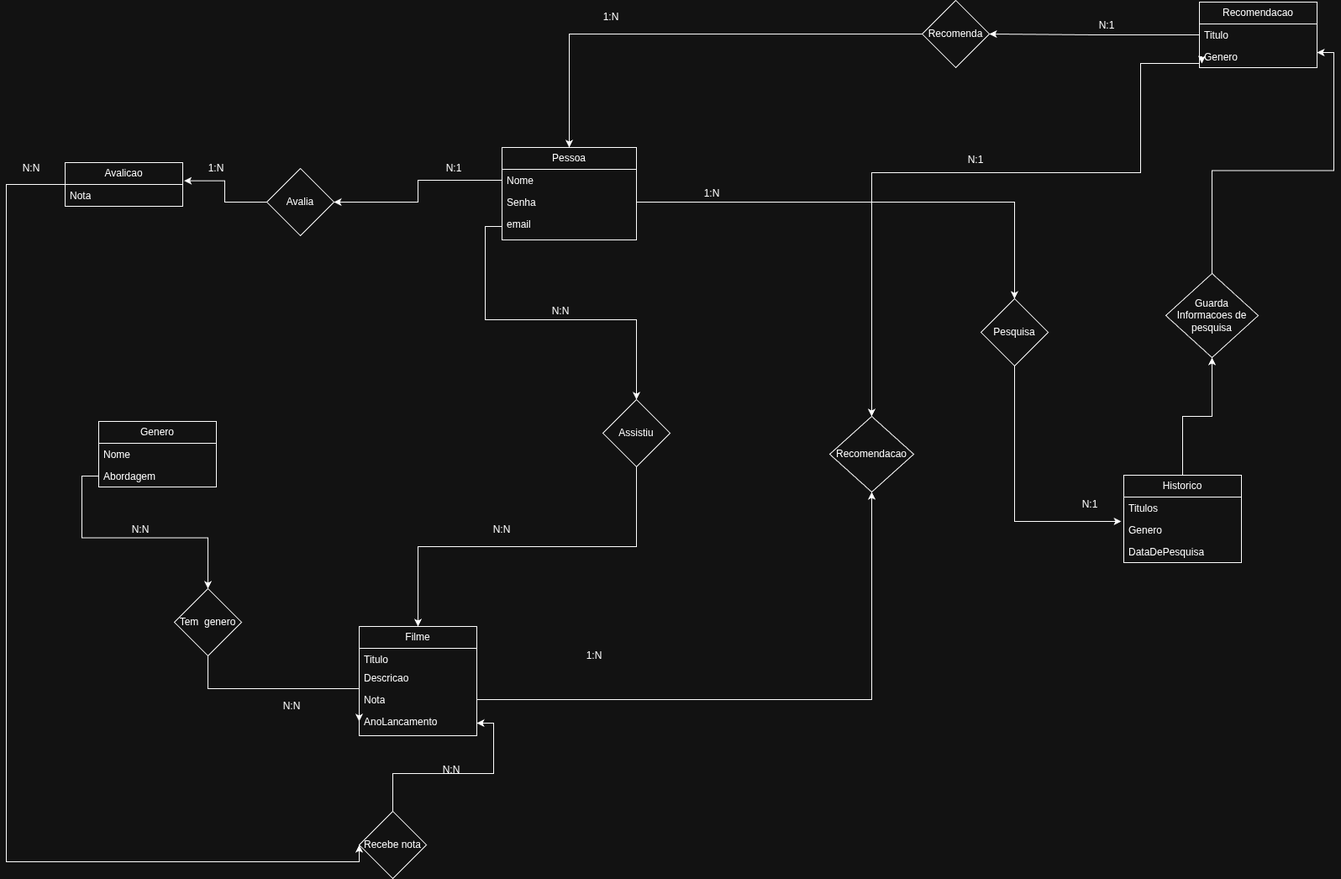
Above: docs/DatabaseDocs/DerBD.drawio.png in joaohpr/Trabalho_Final (draw.io), before the change. Source tidied: cells renumbered, new cells last; positions are measured from the earlier drawing's top-left corner, leaving out a move shared by most shapes.
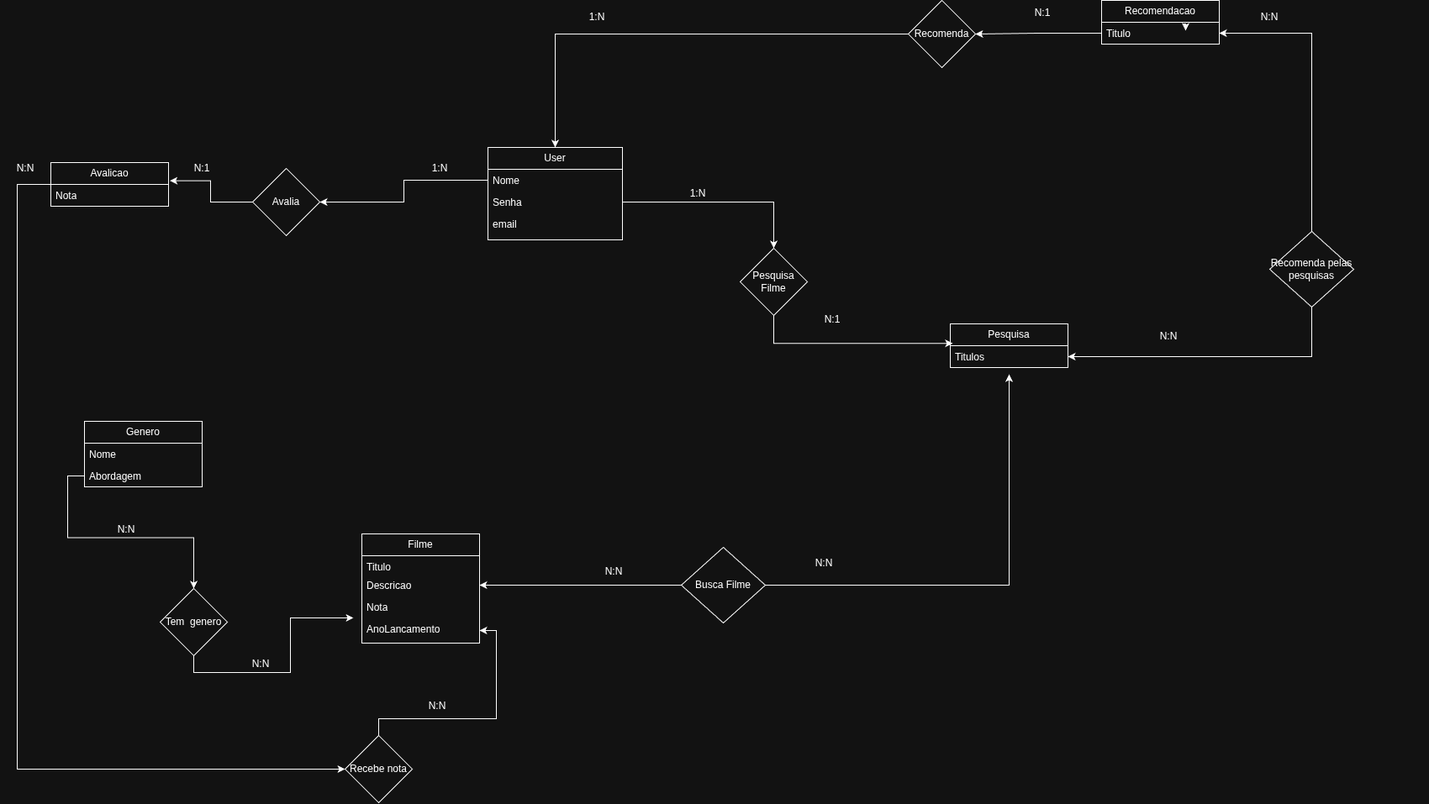
After the commit.

Diff of the diagram source:
```diff
@@ -2,7 +2,7 @@
   <root>
     <mxCell id="0" />
     <mxCell id="1" parent="0" />
-    <mxCell id="2" value="Pessoa" style="swimlane;fontStyle=0;horizontal=1;startSize=26;fillColor=none;whiteSpace=wrap;html=1;" parent="1" vertex="1">
+    <mxCell id="2" value="User" style="swimlane;fontStyle=0;horizontal=1;startSize=26;fillColor=none;whiteSpace=wrap;html=1;" parent="1" vertex="1">
       <mxGeometry x="590" y="175" width="160" height="110" as="geometry" />
     </mxCell>
     <mxCell id="3" value="Nome" style="text;strokeColor=none;fillColor=none;align=left;verticalAlign=top;spacingLeft=4;spacingRight=4;overflow=hidden;points=[[0,0.5],[1,0.5]];portConstraint=eastwest;whiteSpace=wrap;html=1;" parent="2" vertex="1">
@@ -15,7 +15,7 @@
       <mxGeometry y="78" width="160" height="32" as="geometry" />
     </mxCell>
     <mxCell id="6" value="Filme" style="swimlane;fontStyle=0;horizontal=1;startSize=26;fillColor=none;whiteSpace=wrap;html=1;" parent="1" vertex="1">
-      <mxGeometry x="420" y="745" width="140" height="130" as="geometry" />
+      <mxGeometry x="440" y="635" width="140" height="130" as="geometry" />
     </mxCell>
     <mxCell id="7" value="Titulo" style="text;strokeColor=none;fillColor=none;align=left;verticalAlign=top;spacingLeft=4;spacingRight=4;overflow=hidden;whiteSpace=wrap;html=1;" parent="6" vertex="1">
       <mxGeometry y="26" width="140" height="22" as="geometry" />
@@ -29,51 +29,33 @@
     <mxCell id="10" value="AnoLancamento" style="text;strokeColor=none;fillColor=none;align=left;verticalAlign=top;spacingLeft=4;spacingRight=4;overflow=hidden;points=[[0,0.5],[1,0.5]];portConstraint=eastwest;whiteSpace=wrap;html=1;" parent="6" vertex="1">
       <mxGeometry y="100" width="140" height="30" as="geometry" />
     </mxCell>
-    <mxCell id="11" style="edgeStyle=orthogonalEdgeStyle;rounded=0;jettySize=auto;html=1;exitX=0.5;exitY=0;exitDx=0;exitDy=0;entryX=0.5;entryY=1;entryDx=0;entryDy=0;" parent="1" edge="1" source="12" target="25">
-      <mxGeometry relative="1" as="geometry" />
-    </mxCell>
-    <mxCell id="12" value="Historico" style="swimlane;fontStyle=0;horizontal=1;startSize=26;fillColor=none;whiteSpace=wrap;html=1;" parent="1" vertex="1">
-      <mxGeometry x="1330" y="565" width="140" height="104" as="geometry" />
+    <mxCell id="12" value="Pesquisa" style="swimlane;fontStyle=0;horizontal=1;startSize=26;fillColor=none;whiteSpace=wrap;html=1;" parent="1" vertex="1">
+      <mxGeometry x="1140" y="385" width="140" height="52" as="geometry" />
     </mxCell>
     <mxCell id="13" value="Titulos" style="text;strokeColor=none;fillColor=none;align=left;verticalAlign=top;spacingLeft=4;spacingRight=4;overflow=hidden;points=[[0,0.5],[1,0.5]];portConstraint=eastwest;whiteSpace=wrap;html=1;" parent="12" vertex="1">
       <mxGeometry y="26" width="140" height="26" as="geometry" />
     </mxCell>
-    <mxCell id="14" value="Genero" style="text;strokeColor=none;fillColor=none;align=left;verticalAlign=top;spacingLeft=4;spacingRight=4;overflow=hidden;points=[[0,0.5],[1,0.5]];portConstraint=eastwest;whiteSpace=wrap;html=1;" parent="12" vertex="1">
-      <mxGeometry y="52" width="140" height="26" as="geometry" />
-    </mxCell>
-    <mxCell id="15" value="DataDePesquisa" style="text;strokeColor=none;fillColor=none;align=left;verticalAlign=top;spacingLeft=4;spacingRight=4;overflow=hidden;whiteSpace=wrap;html=1;" parent="12" vertex="1">
-      <mxGeometry y="78" width="140" height="26" as="geometry" />
-    </mxCell>
     <mxCell id="16" value="Recomendacao" style="swimlane;fontStyle=0;horizontal=1;startSize=26;fillColor=none;whiteSpace=wrap;html=1;" parent="1" vertex="1">
-      <mxGeometry x="1420" y="2" width="140" height="78" as="geometry" />
+      <mxGeometry x="1320" width="140" height="52" as="geometry" />
     </mxCell>
     <mxCell id="17" value="Titulo" style="text;strokeColor=none;fillColor=none;align=left;verticalAlign=top;spacingLeft=4;spacingRight=4;overflow=hidden;points=[[0,0.5],[1,0.5]];portConstraint=eastwest;whiteSpace=wrap;html=1;" parent="16" vertex="1">
       <mxGeometry y="26" width="140" height="26" as="geometry" />
     </mxCell>
-    <mxCell id="18" value="Genero" style="text;strokeColor=none;fillColor=none;align=left;verticalAlign=top;spacingLeft=4;spacingRight=4;overflow=hidden;points=[[0,0.5],[1,0.5]];portConstraint=eastwest;whiteSpace=wrap;html=1;" parent="16" vertex="1">
-      <mxGeometry y="52" width="140" height="26" as="geometry" />
-    </mxCell>
-    <mxCell id="19" style="edgeStyle=orthogonalEdgeStyle;rounded=0;orthogonalLoop=1;jettySize=auto;html=1;exitX=0;exitY=0.5;exitDx=0;exitDy=0;entryX=0.021;entryY=0.808;entryDx=0;entryDy=0;entryPerimeter=0;" parent="16" edge="1" source="18" target="18">
-      <mxGeometry relative="1" as="geometry" />
-    </mxCell>
-    <mxCell id="20" value="Pesquisa" style="rhombus;whiteSpace=wrap;html=1;" parent="1" vertex="1">
-      <mxGeometry x="1160" y="355" width="80" height="80" as="geometry" />
+    <mxCell id="20" value="Pesquisa Filme" style="rhombus;whiteSpace=wrap;html=1;" parent="1" vertex="1">
+      <mxGeometry x="890" y="295" width="80" height="80" as="geometry" />
     </mxCell>
     <mxCell id="21" style="edgeStyle=orthogonalEdgeStyle;rounded=0;jettySize=auto;html=1;exitX=1;exitY=0.5;exitDx=0;exitDy=0;" parent="1" edge="1" source="4" target="20">
       <mxGeometry relative="1" as="geometry" />
     </mxCell>
-    <mxCell id="22" style="edgeStyle=orthogonalEdgeStyle;rounded=0;jettySize=auto;html=1;exitX=0.5;exitY=1;exitDx=0;exitDy=0;entryX=-0.021;entryY=0.115;entryDx=0;entryDy=0;entryPerimeter=0;" parent="1" edge="1" source="20" target="14">
+    <mxCell id="22" style="edgeStyle=orthogonalEdgeStyle;rounded=0;jettySize=auto;html=1;exitX=0.5;exitY=1;exitDx=0;exitDy=0;entryX=0.021;entryY=-0.106;entryDx=0;entryDy=0;entryPerimeter=0;" parent="1" edge="1" source="20" target="13">
       <mxGeometry relative="1" as="geometry" />
     </mxCell>
     <mxCell id="23" value="N:1" style="text;html=1;whiteSpace=wrap;strokeColor=none;fillColor=none;align=center;verticalAlign=middle;rounded=0;" parent="1" vertex="1">
-      <mxGeometry x="1260" y="585" width="60" height="30" as="geometry" />
+      <mxGeometry x="970" y="365" width="60" height="30" as="geometry" />
     </mxCell>
     <mxCell id="24" value="1:N" style="text;html=1;whiteSpace=wrap;strokeColor=none;fillColor=none;align=center;verticalAlign=middle;rounded=0;" parent="1" vertex="1">
       <mxGeometry x="810" y="215" width="60" height="30" as="geometry" />
     </mxCell>
-    <mxCell id="25" value="Guarda Informacoes de pesquisa" style="rhombus;whiteSpace=wrap;html=1;" parent="1" vertex="1">
-      <mxGeometry x="1380" y="325" width="110" height="100" as="geometry" />
-    </mxCell>
     <mxCell id="26" style="edgeStyle=orthogonalEdgeStyle;rounded=0;jettySize=auto;html=1;exitX=0;exitY=0.5;exitDx=0;exitDy=0;entryX=0.5;entryY=0;entryDx=0;entryDy=0;" parent="1" edge="1" source="27" target="2">
       <mxGeometry relative="1" as="geometry" />
     </mxCell>
@@ -83,53 +65,23 @@
     <mxCell id="28" style="edgeStyle=orthogonalEdgeStyle;rounded=0;jettySize=auto;html=1;exitX=0;exitY=0.5;exitDx=0;exitDy=0;entryX=1;entryY=0.5;entryDx=0;entryDy=0;" parent="1" edge="1" source="17" target="27">
       <mxGeometry relative="1" as="geometry" />
     </mxCell>
-    <mxCell id="29" style="edgeStyle=orthogonalEdgeStyle;rounded=0;jettySize=auto;html=1;exitX=0.5;exitY=0;exitDx=0;exitDy=0;entryX=1;entryY=0.308;entryDx=0;entryDy=0;entryPerimeter=0;" parent="1" edge="1" source="25" target="18">
-      <mxGeometry relative="1" as="geometry" />
-    </mxCell>
     <mxCell id="30" value="1:N" style="text;html=1;whiteSpace=wrap;strokeColor=none;fillColor=none;align=center;verticalAlign=middle;rounded=0;" parent="1" vertex="1">
       <mxGeometry x="690" y="5" width="60" height="30" as="geometry" />
     </mxCell>
     <mxCell id="31" value="N:1" style="text;html=1;whiteSpace=wrap;strokeColor=none;fillColor=none;align=center;verticalAlign=middle;rounded=0;" parent="1" vertex="1">
-      <mxGeometry x="1280" y="15" width="60" height="30" as="geometry" />
+      <mxGeometry x="1220" width="60" height="30" as="geometry" />
     </mxCell>
+    <mxCell id="62" style="edgeStyle=orthogonalEdgeStyle;rounded=0;jettySize=auto;html=1;exitX=0;exitY=0.5;exitDx=0;exitDy=0;entryX=1;entryY=0.5;entryDx=0;entryDy=0;" parent="1" edge="1" source="32" target="8">
+      <mxGeometry relative="1" as="geometry" />
+    </mxCell>
+    <mxCell id="63" style="edgeStyle=orthogonalEdgeStyle;rounded=0;jettySize=auto;html=1;exitX=1;exitY=0.5;exitDx=0;exitDy=0;" parent="1" edge="1" source="32">
+      <mxGeometry relative="1" as="geometry">
+        <mxPoint x="1210" y="445" as="targetPoint" />
+      </mxGeometry>
+    </mxCell>
-    <mxCell id="32" value="Recomendacao" style="rhombus;whiteSpace=wrap;html=1;" parent="1" vertex="1">
-      <mxGeometry x="980" y="495" width="100" height="90" as="geometry" />
+    <mxCell id="32" value="Busca Filme" style="rhombus;whiteSpace=wrap;html=1;" parent="1" vertex="1">
+      <mxGeometry x="820" y="651" width="100" height="90" as="geometry" />
     </mxCell>
-    <mxCell id="33" style="edgeStyle=orthogonalEdgeStyle;rounded=0;jettySize=auto;html=1;" parent="1" edge="1" target="32">
-      <mxGeometry relative="1" as="geometry">
-        <mxPoint x="1420" y="75" as="sourcePoint" />
-        <Array as="points">
-          <mxPoint x="1350" y="75" />
-          <mxPoint x="1350" y="205" />
-          <mxPoint x="1030" y="205" />
-          <mxPoint x="1030" y="510" />
-        </Array>
-      </mxGeometry>
-    </mxCell>
-    <mxCell id="34" value="N:1" style="text;html=1;whiteSpace=wrap;strokeColor=none;fillColor=none;align=center;verticalAlign=middle;rounded=0;" parent="1" vertex="1">
-      <mxGeometry x="1124" y="175" width="60" height="30" as="geometry" />
-    </mxCell>
-    <mxCell id="35" value="1:N" style="text;html=1;whiteSpace=wrap;strokeColor=none;fillColor=none;align=center;verticalAlign=middle;rounded=0;" parent="1" vertex="1">
-      <mxGeometry x="670" y="765" width="60" height="30" as="geometry" />
-    </mxCell>
-    <mxCell id="36" style="edgeStyle=orthogonalEdgeStyle;rounded=0;jettySize=auto;html=1;exitX=1;exitY=0.5;exitDx=0;exitDy=0;entryX=0.5;entryY=1;entryDx=0;entryDy=0;" parent="1" edge="1" source="9" target="32">
-      <mxGeometry relative="1" as="geometry" />
-    </mxCell>
-    <mxCell id="37" style="edgeStyle=orthogonalEdgeStyle;rounded=0;jettySize=auto;html=1;exitX=0.5;exitY=1;exitDx=0;exitDy=0;entryX=0.5;entryY=0;entryDx=0;entryDy=0;" parent="1" edge="1" source="38" target="6">
-      <mxGeometry relative="1" as="geometry" />
-    </mxCell>
-    <mxCell id="38" value="Assistiu" style="rhombus;whiteSpace=wrap;html=1;" parent="1" vertex="1">
-      <mxGeometry x="710" y="475" width="80" height="80" as="geometry" />
-    </mxCell>
-    <mxCell id="39" style="edgeStyle=orthogonalEdgeStyle;rounded=0;jettySize=auto;html=1;exitX=0;exitY=0.5;exitDx=0;exitDy=0;entryX=0.5;entryY=0;entryDx=0;entryDy=0;" parent="1" edge="1" source="5" target="38">
-      <mxGeometry relative="1" as="geometry" />
-    </mxCell>
-    <mxCell id="40" value="N:N" style="text;html=1;whiteSpace=wrap;strokeColor=none;fillColor=none;align=center;verticalAlign=middle;rounded=0;" parent="1" vertex="1">
-      <mxGeometry x="560" y="615" width="60" height="30" as="geometry" />
-    </mxCell>
-    <mxCell id="41" value="N:N" style="text;html=1;whiteSpace=wrap;strokeColor=none;fillColor=none;align=center;verticalAlign=middle;rounded=0;" parent="1" vertex="1">
-      <mxGeometry x="630" y="355" width="60" height="30" as="geometry" />
-    </mxCell>
     <mxCell id="42" value="Genero" style="swimlane;fontStyle=0;horizontal=1;startSize=26;fillColor=none;whiteSpace=wrap;html=1;" parent="1" vertex="1">
       <mxGeometry x="110" y="501" width="140" height="78" as="geometry" />
     </mxCell>
@@ -141,7 +93,7 @@
     </mxCell>
     <mxCell id="45" style="edgeStyle=orthogonalEdgeStyle;rounded=0;jettySize=auto;html=1;exitX=0.5;exitY=1;exitDx=0;exitDy=0;" parent="1" edge="1" source="46">
       <mxGeometry relative="1" as="geometry">
-        <mxPoint x="420" y="857.9" as="targetPoint" />
+        <mxPoint x="430" y="735" as="targetPoint" />
       </mxGeometry>
     </mxCell>
     <mxCell id="46" value="Tem&amp;nbsp; genero" style="rhombus;whiteSpace=wrap;html=1;" parent="1" vertex="1">
@@ -151,7 +103,7 @@
       <mxGeometry relative="1" as="geometry" />
     </mxCell>
     <mxCell id="48" value="N:N" style="text;html=1;whiteSpace=wrap;strokeColor=none;fillColor=none;align=center;verticalAlign=middle;rounded=0;" parent="1" vertex="1">
-      <mxGeometry x="310" y="825" width="60" height="30" as="geometry" />
+      <mxGeometry x="290" y="775" width="60" height="30" as="geometry" />
     </mxCell>
     <mxCell id="49" value="N:N" style="text;html=1;whiteSpace=wrap;strokeColor=none;fillColor=none;align=center;verticalAlign=middle;rounded=0;" parent="1" vertex="1">
       <mxGeometry x="130" y="615" width="60" height="30" as="geometry" />
@@ -159,9 +111,8 @@
     <mxCell id="50" style="edgeStyle=orthogonalEdgeStyle;rounded=0;jettySize=auto;html=1;exitX=0;exitY=0.5;exitDx=0;exitDy=0;entryX=0;entryY=0.5;entryDx=0;entryDy=0;" parent="1" edge="1" source="51" target="54">
       <mxGeometry relative="1" as="geometry">
         <Array as="points">
-          <mxPoint y="219" />
-          <mxPoint y="1025" />
-          <mxPoint x="420" y="1025" />
+          <mxPoint x="30" y="219" />
+          <mxPoint x="30" y="915" />
         </Array>
       </mxGeometry>
     </mxCell>
@@ -172,10 +123,16 @@
       <mxGeometry y="26" width="140" height="26" as="geometry" />
     </mxCell>
     <mxCell id="53" style="edgeStyle=orthogonalEdgeStyle;rounded=0;jettySize=auto;html=1;exitX=0.5;exitY=0;exitDx=0;exitDy=0;entryX=1;entryY=0.5;entryDx=0;entryDy=0;" parent="1" edge="1" source="54" target="10">
-      <mxGeometry relative="1" as="geometry" />
+      <mxGeometry relative="1" as="geometry">
+        <Array as="points">
+          <mxPoint x="460" y="855" />
+          <mxPoint x="600" y="855" />
+          <mxPoint x="600" y="750" />
+        </Array>
+      </mxGeometry>
     </mxCell>
     <mxCell id="54" value="Recebe nota" style="rhombus;whiteSpace=wrap;html=1;" parent="1" vertex="1">
-      <mxGeometry x="420" y="965" width="80" height="80" as="geometry" />
+      <mxGeometry x="420" y="875" width="80" height="80" as="geometry" />
     </mxCell>
     <mxCell id="55" value="Avalia" style="rhombus;whiteSpace=wrap;html=1;" parent="1" vertex="1">
       <mxGeometry x="310" y="200" width="80" height="80" as="geometry" />
@@ -187,16 +144,52 @@
       <mxGeometry relative="1" as="geometry" />
     </mxCell>
     <mxCell id="58" value="N:N" style="text;html=1;whiteSpace=wrap;strokeColor=none;fillColor=none;align=center;verticalAlign=middle;rounded=0;" parent="1" vertex="1">
-      <mxGeometry y="185" width="60" height="30" as="geometry" />
+      <mxGeometry x="10" y="185" width="60" height="30" as="geometry" />
     </mxCell>
     <mxCell id="59" value="N:N" style="text;html=1;whiteSpace=wrap;strokeColor=none;fillColor=none;align=center;verticalAlign=middle;rounded=0;" parent="1" vertex="1">
-      <mxGeometry x="500" y="901" width="60" height="30" as="geometry" />
+      <mxGeometry x="500" y="825" width="60" height="30" as="geometry" />
     </mxCell>
-    <mxCell id="60" value="1:N" style="text;html=1;whiteSpace=wrap;strokeColor=none;fillColor=none;align=center;verticalAlign=middle;rounded=0;" parent="1" vertex="1">
+    <mxCell id="60" value="N:1" style="text;html=1;whiteSpace=wrap;strokeColor=none;fillColor=none;align=center;verticalAlign=middle;rounded=0;" parent="1" vertex="1">
       <mxGeometry x="220" y="185" width="60" height="30" as="geometry" />
     </mxCell>
-    <mxCell id="61" value="N:1" style="text;html=1;whiteSpace=wrap;strokeColor=none;fillColor=none;align=center;verticalAlign=middle;rounded=0;" parent="1" vertex="1">
+    <mxCell id="61" value="1:N" style="text;html=1;whiteSpace=wrap;strokeColor=none;fillColor=none;align=center;verticalAlign=middle;rounded=0;" parent="1" vertex="1">
       <mxGeometry x="500" y="185" width="66" height="30" as="geometry" />
     </mxCell>
+    <mxCell id="64" style="edgeStyle=orthogonalEdgeStyle;rounded=0;jettySize=auto;html=1;exitX=0.5;exitY=0;exitDx=0;exitDy=0;entryX=1;entryY=0.5;entryDx=0;entryDy=0;" parent="1" edge="1" source="66" target="17">
+      <mxGeometry relative="1" as="geometry" />
+    </mxCell>
+    <mxCell id="65" style="edgeStyle=orthogonalEdgeStyle;rounded=0;jettySize=auto;html=1;exitX=0.5;exitY=1;exitDx=0;exitDy=0;entryX=1;entryY=0.5;entryDx=0;entryDy=0;" parent="1" edge="1" source="66" target="13">
+      <mxGeometry relative="1" as="geometry" />
+    </mxCell>
+    <mxCell id="66" value="Recomenda pelas pesquisas" style="rhombus;whiteSpace=wrap;html=1;" parent="1" vertex="1">
+      <mxGeometry x="1520" y="275" width="100" height="90" as="geometry" />
+    </mxCell>
+    <mxCell id="67" value="&amp;nbsp;" style="text;html=1;whiteSpace=wrap;strokeColor=none;fillColor=none;align=center;verticalAlign=middle;rounded=0;" parent="1" vertex="1">
+      <mxGeometry x="1650" y="175" width="60" height="30" as="geometry" />
+    </mxCell>
+    <mxCell id="68" value="N:N" style="text;html=1;whiteSpace=wrap;strokeColor=none;fillColor=none;align=center;verticalAlign=middle;rounded=0;" parent="1" vertex="1">
+      <mxGeometry x="1370" y="385" width="60" height="30" as="geometry" />
+    </mxCell>
+    <mxCell id="69" value="&lt;span style=&quot;color: rgba(0, 0, 0, 0); font-family: monospace; font-size: 0px; text-align: start; white-space: nowrap;&quot;&gt;%3CmxGraphModel%3E%3Croot%3E%3CmxCell%20id%3D%220%22%2F%3E%3CmxCell%20id%3D%221%22%20parent%3D%220%22%2F%3E%3CmxCell%20id%3D%222%22%20parent%3D%221%22%20style%3D%22text%3Bhtml%3D1%3BwhiteSpace%3Dwrap%3BstrokeColor%3Dnone%3BfillColor%3Dnone%3Balign%3Dcenter%3BverticalAlign%3Dmiddle%3Brounded%3D0%3B%22%20value%3D%22N%3AN%22%20vertex%3D%221%22%3E%3CmxGeometry%20height%3D%2230%22%20width%3D%2260%22%20x%3D%22-30%22%20y%3D%22510%22%20as%3D%22geometry%22%2F%3E%3C%2FmxCell%3E%3C%2Froot%3E%3C%2FmxGraphModel%3E&lt;/span&gt;&lt;span style=&quot;color: rgba(0, 0, 0, 0); font-family: monospace; font-size: 0px; text-align: start; white-space: nowrap;&quot;&gt;%3CmxGraphModel%3E%3Croot%3E%3CmxCell%20id%3D%220%22%2F%3E%3CmxCell%20id%3D%221%22%20parent%3D%220%22%2F%3E%3CmxCell%20id%3D%222%22%20parent%3D%221%22%20style%3D%22text%3Bhtml%3D1%3BwhiteSpace%3Dwrap%3BstrokeColor%3Dnone%3BfillColor%3Dnone%3Balign%3Dcenter%3BverticalAlign%3Dmiddle%3Brounded%3D0%3B%22%20value%3D%22N%3AN%22%20vertex%3D%221%22%3E%3CmxGeometry%20height%3D%2230%22%20width%3D%2260%22%20x%3D%22-30%22%20y%3D%22510%22%20as%3D%22geometry%22%2F%3E%3C%2FmxCell%3E%3C%2Froot%3E%3C%2FmxGraphModel%3E&lt;/span&gt;" style="text;html=1;whiteSpace=wrap;strokeColor=none;fillColor=none;align=center;verticalAlign=middle;rounded=0;" parent="1" vertex="1">
+      <mxGeometry x="940" y="665" width="60" height="30" as="geometry" />
+    </mxCell>
+    <mxCell id="70" value="N:N" style="text;html=1;whiteSpace=wrap;strokeColor=none;fillColor=none;align=center;verticalAlign=middle;rounded=0;" parent="1" vertex="1">
+      <mxGeometry x="710" y="665" width="60" height="30" as="geometry" />
+    </mxCell>
+    <mxCell id="19" style="edgeStyle=orthogonalEdgeStyle;rounded=0;orthogonalLoop=1;jettySize=auto;html=1;exitX=0;exitY=0.5;exitDx=0;exitDy=0;entryX=0.021;entryY=0.808;entryDx=0;entryDy=0;entryPerimeter=0;" parent="1" edge="1">
+      <mxGeometry relative="1" as="geometry">
+        <mxPoint x="1417.1" y="28" as="sourcePoint" />
+        <mxPoint x="1420" y="36" as="targetPoint" />
+      </mxGeometry>
+    </mxCell>
+    <mxCell id="71" value="N:N" style="text;html=1;whiteSpace=wrap;strokeColor=none;fillColor=none;align=center;verticalAlign=middle;rounded=0;" parent="1" vertex="1">
+      <mxGeometry x="1490" y="5" width="60" height="30" as="geometry" />
+    </mxCell>
+    <mxCell id="72" value="N:N" style="text;html=1;whiteSpace=wrap;strokeColor=none;fillColor=none;align=center;verticalAlign=middle;rounded=0;" parent="1" vertex="1">
+      <mxGeometry x="960" y="655" width="60" height="30" as="geometry" />
+    </mxCell>
+    <mxCell id="73" style="edgeStyle=orthogonalEdgeStyle;rounded=0;orthogonalLoop=1;jettySize=auto;html=1;exitX=0.5;exitY=1;exitDx=0;exitDy=0;" parent="1" edge="1" source="72" target="72">
+      <mxGeometry relative="1" as="geometry" />
+    </mxCell>
   </root>
 </mxGraphModel>
```
